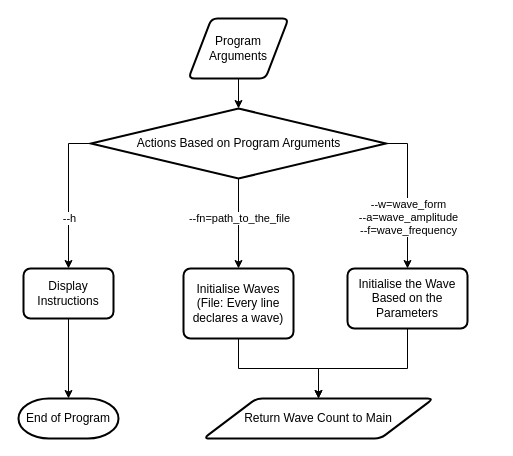
Before: ca2/flowcharts/Wave Initialisation.drawio in JinZihang/NTU-MA4830-RealtimeSoftwareForMechatronicSystems, a draw.io diagram. Source tidied: cells renumbered, new cells numbered last; positions are measured from the earlier drawing's top-left corner, leaving out a move shared by most shapes. Both pictures are drawn from the tidied source at 100%, with x=0, y=0 at pixel (18, 18).
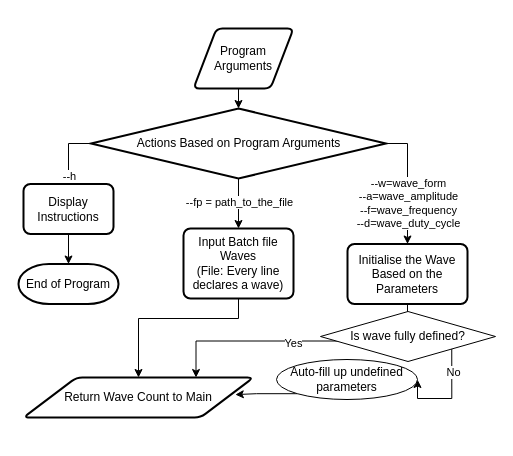
After the change.

The change refers to these unchanged cells:
```xml
<mxCell id="12" style="edgeStyle=orthogonalEdgeStyle;rounded=0;jettySize=auto;html=1;exitX=0.5;exitY=1;exitDx=0;exitDy=0;exitPerimeter=0;entryX=0.5;entryY=0;entryDx=0;entryDy=0;" parent="1" edge="1" source="16" target="7">
  <mxGeometry relative="1" as="geometry" />
</mxCell>
<mxCell id="14" style="edgeStyle=orthogonalEdgeStyle;rounded=0;jettySize=auto;html=1;exitX=1;exitY=0.5;exitDx=0;exitDy=0;exitPerimeter=0;entryX=0.5;entryY=0;entryDx=0;entryDy=0;" parent="1" edge="1" source="16" target="9">
  <mxGeometry relative="1" as="geometry" />
</mxCell>
```

What changed in the source:
```diff
@@
     <mxCell id="3" value="Program Arguments" style="shape=parallelogram;html=1;strokeWidth=2;perimeter=parallelogramPerimeter;whiteSpace=wrap;rounded=1;arcSize=12;size=0.23;" parent="1" vertex="1">
-      <mxGeometry x="170" width="100" height="60" as="geometry" />
+      <mxGeometry x="175" y="10" width="100" height="60" as="geometry" />
     </mxCell>
@@
     <mxCell id="5" value="Display Instructions" style="rounded=1;whiteSpace=wrap;html=1;absoluteArcSize=1;arcSize=14;strokeWidth=2;" parent="1" vertex="1">
-      <mxGeometry x="5" y="250" width="90" height="50" as="geometry" />
+      <mxGeometry x="5" y="165.5" width="90" height="50" as="geometry" />
     </mxCell>
     <mxCell id="6" style="edgeStyle=orthogonalEdgeStyle;rounded=0;jettySize=auto;html=1;exitX=0.5;exitY=1;exitDx=0;exitDy=0;entryX=0.5;entryY=0;entryDx=0;entryDy=0;" parent="1" edge="1" source="7" target="18">
-      <mxGeometry relative="1" as="geometry" />
+      <mxGeometry relative="1" as="geometry">
+        <Array as="points">
+          <mxPoint x="220" y="300" />
+          <mxPoint x="120" y="300" />
+        </Array>
+      </mxGeometry>
     </mxCell>
-    <mxCell id="7" value="Initialise Waves (File: Every line declares a wave)" style="rounded=1;whiteSpace=wrap;html=1;absoluteArcSize=1;arcSize=14;strokeWidth=2;" parent="1" vertex="1">
-      <mxGeometry x="165" y="250" width="110" height="70" as="geometry" />
+    <mxCell id="7" value="Input Batch file Waves &lt;br&gt;(File: Every line declares a wave)" style="rounded=1;whiteSpace=wrap;html=1;absoluteArcSize=1;arcSize=14;strokeWidth=2;" parent="1" vertex="1">
+      <mxGeometry x="165" y="210" width="110" height="70" as="geometry" />
     </mxCell>
-    <mxCell id="8" style="edgeStyle=orthogonalEdgeStyle;rounded=0;jettySize=auto;html=1;exitX=0.5;exitY=1;exitDx=0;exitDy=0;entryX=0.5;entryY=0;entryDx=0;entryDy=0;" parent="1" edge="1" source="9" target="18">
-      <mxGeometry relative="1" as="geometry">
-        <Array as="points">
-          <mxPoint x="389" y="350" />
-          <mxPoint x="300" y="350" />
-        </Array>
-      </mxGeometry>
-    </mxCell>
+    <mxCell id="19" style="edgeStyle=orthogonalEdgeStyle;rounded=0;jettySize=auto;html=1;entryX=0.5;entryY=0;entryDx=0;entryDy=0;" parent="1" edge="1" source="9" target="23">
+      <mxGeometry relative="1" as="geometry" />
+    </mxCell>
     <mxCell id="9" value="Initialise the Wave Based on the Parameters" style="rounded=1;whiteSpace=wrap;html=1;absoluteArcSize=1;arcSize=14;strokeWidth=2;" parent="1" vertex="1">
-      <mxGeometry x="329" y="250" width="120" height="60" as="geometry" />
+      <mxGeometry x="329" y="225.5" width="120" height="60" as="geometry" />
     </mxCell>
@@
-    <mxCell id="13" value="--fn=path_to_the_file" style="edgeLabel;html=1;align=center;verticalAlign=middle;" parent="12" vertex="1">
+    <mxCell id="13" value="--fp = path_to_the_file" style="edgeLabel;html=1;align=center;verticalAlign=middle;" parent="12" vertex="1">
       <mxGeometry x="-0.18" relative="1" as="geometry">
         <mxPoint y="2" as="offset" />
       </mxGeometry>
     </mxCell>
@@
-    <mxCell id="15" value="--w=wave_form&lt;br&gt;--a=wave_amplitude&lt;br&gt;--f=wave_frequency" style="edgeLabel;html=1;align=center;verticalAlign=middle;" parent="14" vertex="1">
+    <mxCell id="15" value="--w=wave_form&lt;br&gt;--a=wave_amplitude&lt;br&gt;--f=wave_frequency&lt;br&gt;--d=wave_duty_cycle" style="edgeLabel;html=1;align=center;verticalAlign=middle;" parent="14" vertex="1">
       <mxGeometry x="0.15" y="-1" relative="1" as="geometry">
         <mxPoint x="1" y="11" as="offset" />
       </mxGeometry>
     </mxCell>
@@
     <mxCell id="17" value="End of Program" style="strokeWidth=2;html=1;shape=mxgraph.flowchart.terminator;whiteSpace=wrap;" parent="1" vertex="1">
-      <mxGeometry y="380" width="100" height="40" as="geometry" />
+      <mxGeometry y="245.5" width="100" height="40" as="geometry" />
     </mxCell>
     <mxCell id="18" value="Return Wave Count to Main" style="shape=parallelogram;html=1;strokeWidth=2;perimeter=parallelogramPerimeter;whiteSpace=wrap;rounded=1;arcSize=12;size=0.23;" parent="1" vertex="1">
-      <mxGeometry x="185" y="380" width="230" height="40" as="geometry" />
+      <mxGeometry x="5" y="359" width="230" height="40" as="geometry" />
     </mxCell>
+    <mxCell id="20" style="edgeStyle=orthogonalEdgeStyle;rounded=0;jettySize=auto;html=1;exitX=0.13;exitY=0.59;exitDx=0;exitDy=0;entryX=0.75;entryY=0;entryDx=0;entryDy=0;startArrow=none;exitPerimeter=0;" parent="1" edge="1" source="23" target="18">
+      <mxGeometry relative="1" as="geometry" />
+    </mxCell>
+    <mxCell id="21" value="Yes" style="edgeLabel;html=1;align=center;verticalAlign=middle;" parent="20" vertex="1">
+      <mxGeometry x="-0.36" y="-4" relative="1" as="geometry">
+        <mxPoint x="9" y="6" as="offset" />
+      </mxGeometry>
+    </mxCell>
+    <mxCell id="22" style="edgeStyle=orthogonalEdgeStyle;rounded=0;jettySize=auto;html=1;exitX=1;exitY=1;exitDx=0;exitDy=0;entryX=1;entryY=0.5;entryDx=0;entryDy=0;" parent="1" edge="1" source="23" target="25">
+      <mxGeometry relative="1" as="geometry">
+        <Array as="points">
+          <mxPoint x="433" y="380" />
+          <mxPoint x="399" y="380" />
+        </Array>
+      </mxGeometry>
+    </mxCell>
+    <mxCell id="23" value="Is wave fully defined?" style="rhombus;whiteSpace=wrap;html=1;" parent="1" vertex="1">
+      <mxGeometry x="302" y="293" width="175" height="50" as="geometry" />
+    </mxCell>
+    <mxCell id="24" style="edgeStyle=orthogonalEdgeStyle;rounded=0;jettySize=auto;html=1;exitX=0;exitY=1;exitDx=0;exitDy=0;entryX=0.921;entryY=0.428;entryDx=0;entryDy=0;entryPerimeter=0;" parent="1" edge="1" source="25" target="18">
+      <mxGeometry relative="1" as="geometry" />
+    </mxCell>
+    <mxCell id="25" value="Auto-fill up undefined parameters" style="ellipse;whiteSpace=wrap;html=1;" parent="1" vertex="1">
+      <mxGeometry x="258" y="341" width="141" height="40" as="geometry" />
+    </mxCell>
+    <mxCell id="26" value="No" style="edgeLabel;html=1;align=center;verticalAlign=middle;" parent="1" vertex="1">
+      <mxGeometry x="329" y="410" as="geometry">
+        <mxPoint x="105" y="-57" as="offset" />
+      </mxGeometry>
+    </mxCell>
```
